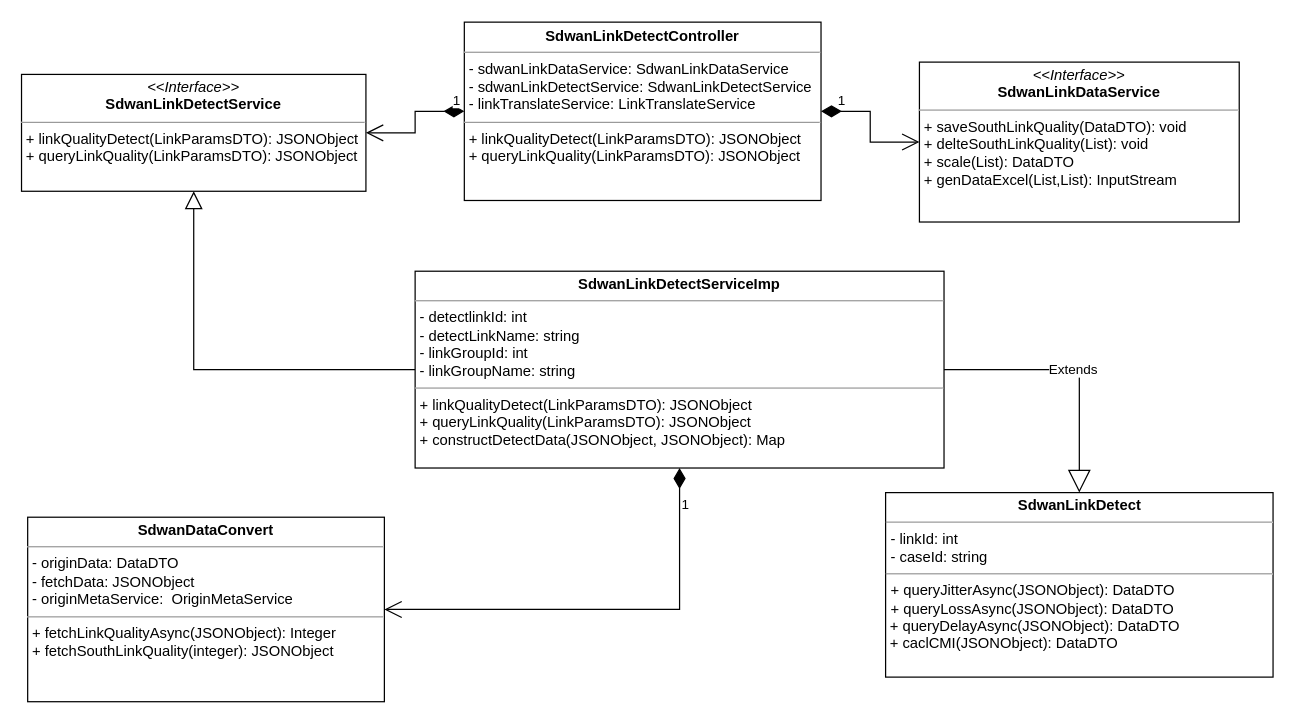
Above: 链路探测类设计.drawio in TSUHA0/draw.io (draw.io), before the change. Source tidied: cells renumbered, new cells numbered last; positions are measured from the earlier drawing's top-left corner, leaving out a move shared by most shapes. Both pictures are drawn from the tidied source at 123%, with x=0, y=0 at pixel (21, 22).
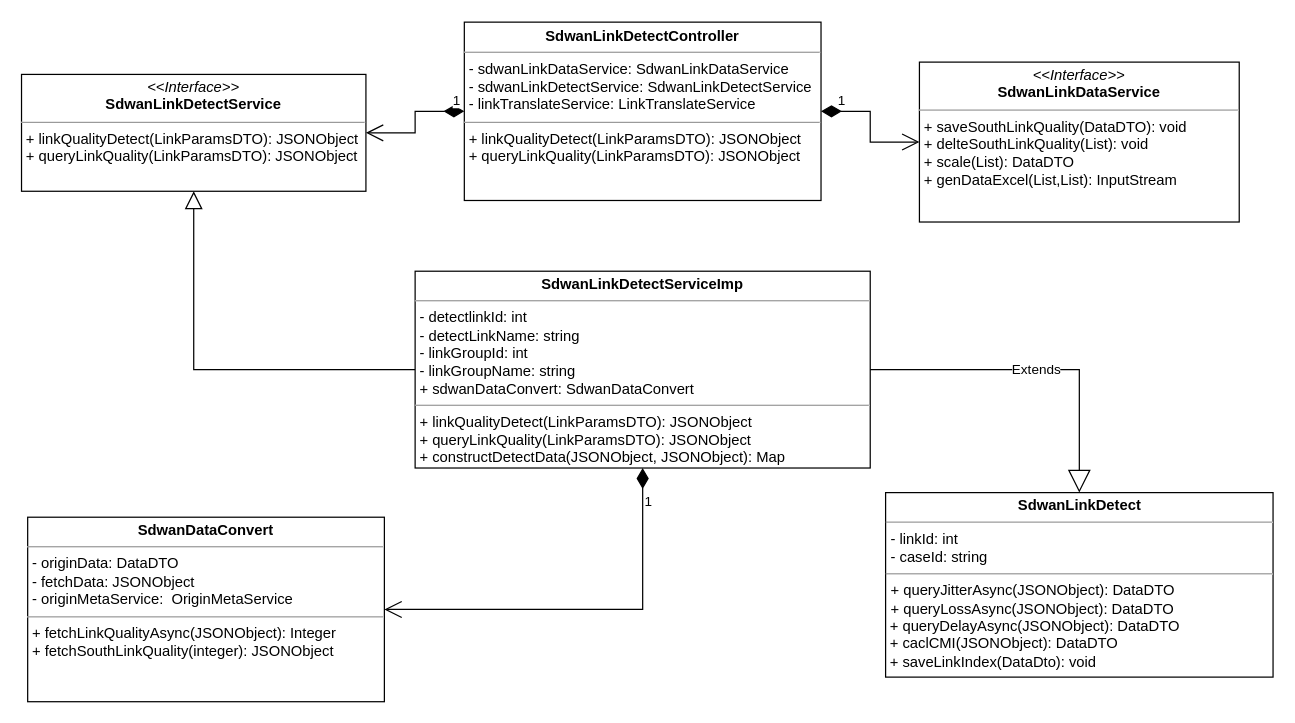
The same diagram, later.

Commit message:
更新链路探测类设计.drawio

Diff of the diagram source:
```diff
@@
 <mxGraphModel>
   <root>
     <mxCell id="0" />
     <mxCell id="1" parent="0" />
     <mxCell id="2" style="edgeStyle=orthogonalEdgeStyle;rounded=0;jettySize=auto;html=1;entryX=0.5;entryY=1;entryDx=0;entryDy=0;exitX=0;exitY=0.5;exitDx=0;exitDy=0;endArrow=block;endFill=0;endSize=12;" parent="1" edge="1" source="3" target="4">
       <mxGeometry relative="1" as="geometry" />
     </mxCell>
-    <mxCell id="3" value="&lt;p style=&quot;margin:0px;margin-top:4px;text-align:center;&quot;&gt;&lt;b&gt;SdwanLinkDetectServiceImp&lt;/b&gt;&lt;br&gt;&lt;/p&gt;&lt;hr size=&quot;1&quot;&gt;&lt;p style=&quot;margin:0px;margin-left:4px;&quot;&gt;-&amp;nbsp;detectlinkId:&amp;nbsp;int&lt;/p&gt;&lt;p style=&quot;margin:0px;margin-left:4px;&quot;&gt;-&amp;nbsp;detectLinkName: string&lt;br&gt;&lt;/p&gt;&lt;p style=&quot;margin:0px;margin-left:4px;&quot;&gt;-&amp;nbsp;linkGroupId: int&lt;/p&gt;&lt;p style=&quot;margin:0px;margin-left:4px;&quot;&gt;-&amp;nbsp;linkGroupName: string&lt;/p&gt;&lt;hr size=&quot;1&quot;&gt;&lt;p style=&quot;margin: 0px 0px 0px 4px;&quot;&gt;&lt;/p&gt;&lt;p style=&quot;margin: 0px 0px 0px 4px;&quot;&gt;+&amp;nbsp;linkQualityDetect(LinkParamsDTO): JSONObject&lt;br style=&quot;padding: 0px; margin: 0px;&quot;&gt;+&amp;nbsp;queryLinkQuality(LinkParamsDTO):&amp;nbsp;JSONObject&lt;br&gt;&lt;/p&gt;&lt;p style=&quot;margin: 0px 0px 0px 4px;&quot;&gt;+ constructDetectData(JSONObject, JSONObject): Map&lt;/p&gt;&lt;p style=&quot;margin: 0px 0px 0px 4px;&quot;&gt;&lt;br&gt;&lt;/p&gt;" style="verticalAlign=top;align=left;overflow=fill;fontSize=12;fontFamily=Helvetica;html=1;" parent="1" vertex="1">
-      <mxGeometry x="320" y="202" width="430" height="160" as="geometry" />
+    <mxCell id="3" value="&lt;p style=&quot;margin:0px;margin-top:4px;text-align:center;&quot;&gt;&lt;b&gt;SdwanLinkDetectServiceImp&lt;/b&gt;&lt;br&gt;&lt;/p&gt;&lt;hr size=&quot;1&quot;&gt;&lt;p style=&quot;margin:0px;margin-left:4px;&quot;&gt;-&amp;nbsp;detectlinkId:&amp;nbsp;int&lt;/p&gt;&lt;p style=&quot;margin:0px;margin-left:4px;&quot;&gt;-&amp;nbsp;detectLinkName: string&lt;br&gt;&lt;/p&gt;&lt;p style=&quot;margin:0px;margin-left:4px;&quot;&gt;-&amp;nbsp;linkGroupId: int&lt;/p&gt;&lt;p style=&quot;margin:0px;margin-left:4px;&quot;&gt;-&amp;nbsp;linkGroupName: string&lt;/p&gt;&lt;p style=&quot;margin:0px;margin-left:4px;&quot;&gt;+&amp;nbsp;sdwanDataConvert:&amp;nbsp;SdwanDataConvert&lt;/p&gt;&lt;hr size=&quot;1&quot;&gt;&lt;p style=&quot;margin: 0px 0px 0px 4px;&quot;&gt;&lt;/p&gt;&lt;p style=&quot;margin: 0px 0px 0px 4px;&quot;&gt;+&amp;nbsp;linkQualityDetect(LinkParamsDTO): JSONObject&lt;br style=&quot;padding: 0px; margin: 0px;&quot;&gt;+&amp;nbsp;queryLinkQuality(LinkParamsDTO):&amp;nbsp;JSONObject&lt;br&gt;&lt;/p&gt;&lt;p style=&quot;margin: 0px 0px 0px 4px;&quot;&gt;+ constructDetectData(JSONObject, JSONObject): Map&lt;/p&gt;&lt;p style=&quot;margin: 0px 0px 0px 4px;&quot;&gt;&lt;br&gt;&lt;/p&gt;" style="verticalAlign=top;align=left;overflow=fill;fontSize=12;fontFamily=Helvetica;html=1;" parent="1" vertex="1">
+      <mxGeometry x="320" y="202" width="370" height="160" as="geometry" />
     </mxCell>
     <mxCell id="4" value="&lt;p style=&quot;margin:0px;margin-top:4px;text-align:center;&quot;&gt;&lt;i&gt;&amp;lt;&amp;lt;Interface&amp;gt;&amp;gt;&lt;/i&gt;&lt;br&gt;&lt;span style=&quot;background-color: initial;&quot;&gt;&lt;b&gt;SdwanLinkDetectS&lt;/b&gt;&lt;/span&gt;&lt;b style=&quot;background-color: initial;&quot;&gt;ervice&lt;/b&gt;&lt;/p&gt;&lt;hr size=&quot;1&quot;&gt;&lt;p style=&quot;margin: 0px 0px 0px 4px;&quot;&gt;+&amp;nbsp;linkQualityDetect(LinkParamsDTO): JSONObject&lt;br style=&quot;padding: 0px; margin: 0px;&quot;&gt;+&amp;nbsp;queryLinkQuality(LinkParamsDTO):&amp;nbsp;JSONObject&lt;br&gt;&lt;/p&gt;&lt;p style=&quot;margin:0px;margin-left:4px;&quot;&gt;&lt;/p&gt;" style="verticalAlign=top;align=left;overflow=fill;fontSize=12;fontFamily=Helvetica;html=1;" parent="1" vertex="1">
       <mxGeometry y="42" width="280" height="95" as="geometry" />
     </mxCell>
     <mxCell id="5" value="&lt;p style=&quot;margin:0px;margin-top:4px;text-align:center;&quot;&gt;&lt;span style=&quot;background-color: initial;&quot;&gt;&lt;b&gt;SdwanLinkDetect&lt;/b&gt;&lt;/span&gt;&lt;b style=&quot;background-color: initial;&quot;&gt;Controller&lt;/b&gt;&lt;/p&gt;&lt;hr size=&quot;1&quot;&gt;&lt;p style=&quot;margin: 0px 0px 0px 4px;&quot;&gt;-&amp;nbsp;sdwanLinkDataService:&amp;nbsp;SdwanLinkDataService&lt;/p&gt;&lt;p style=&quot;margin: 0px 0px 0px 4px;&quot;&gt;-&amp;nbsp;sdwanLinkDetectService: SdwanLinkDetectService&lt;/p&gt;&lt;p style=&quot;margin: 0px 0px 0px 4px;&quot;&gt;- linkTranslateService: LinkTranslateService&lt;br&gt;&lt;/p&gt;&lt;hr size=&quot;1&quot;&gt;&lt;p style=&quot;margin: 0px 0px 0px 4px;&quot;&gt;&lt;/p&gt;&lt;p style=&quot;margin: 0px 0px 0px 4px;&quot;&gt;+&amp;nbsp;linkQualityDetect(LinkParamsDTO): JSONObject&lt;br style=&quot;padding: 0px; margin: 0px;&quot;&gt;+&amp;nbsp;queryLinkQuality(LinkParamsDTO):&amp;nbsp;JSONObject&lt;br&gt;&lt;/p&gt;" style="verticalAlign=top;align=left;overflow=fill;fontSize=12;fontFamily=Helvetica;html=1;" parent="1" vertex="1">
       <mxGeometry x="360" y="-0.5" width="290" height="145" as="geometry" />
     </mxCell>
     <mxCell id="6" value="&lt;p style=&quot;margin:0px;margin-top:4px;text-align:center;&quot;&gt;&lt;span style=&quot;background-color: initial;&quot;&gt;&lt;b&gt;SdwanData&lt;/b&gt;&lt;/span&gt;&lt;b style=&quot;background-color: initial;&quot;&gt;Convert&lt;/b&gt;&lt;/p&gt;&lt;hr size=&quot;1&quot;&gt;&lt;p style=&quot;margin: 0px 0px 0px 4px;&quot;&gt;- originData: DataDTO&lt;/p&gt;&lt;p style=&quot;margin: 0px 0px 0px 4px;&quot;&gt;- fetchData: JSONObject&lt;/p&gt;&lt;p style=&quot;margin: 0px 0px 0px 4px;&quot;&gt;- originMetaService:&amp;nbsp; OriginMetaService&lt;/p&gt;&lt;hr size=&quot;1&quot;&gt;&lt;p style=&quot;margin: 0px 0px 0px 4px;&quot;&gt;&lt;/p&gt;&lt;p style=&quot;margin: 0px 0px 0px 4px;&quot;&gt;+&amp;nbsp;&lt;span style=&quot;background-color: initial;&quot;&gt;fetchLinkQuality&lt;/span&gt;&lt;span style=&quot;background-color: initial;&quot;&gt;Async&lt;/span&gt;&lt;span style=&quot;background-color: initial;&quot;&gt;(JSONObject): Integer&lt;/span&gt;&lt;/p&gt;&lt;p style=&quot;margin: 0px 0px 0px 4px;&quot;&gt;+&amp;nbsp;&lt;span style=&quot;text-align: center;&quot;&gt;fetchSouthLink&lt;/span&gt;&lt;span style=&quot;text-align: center;&quot;&gt;Quality&lt;/span&gt;(integer): JSONObject&lt;br&gt;&lt;/p&gt;" style="verticalAlign=top;align=left;overflow=fill;fontSize=12;fontFamily=Helvetica;html=1;" parent="1" vertex="1">
       <mxGeometry x="5" y="402" width="290" height="150" as="geometry" />
     </mxCell>
     <mxCell id="7" value="1" style="endArrow=open;html=1;endSize=12;startArrow=diamondThin;startSize=14;startFill=1;edgeStyle=orthogonalEdgeStyle;align=left;verticalAlign=bottom;rounded=0;exitX=0;exitY=0.5;exitDx=0;exitDy=0;" parent="1" edge="1" source="5" target="4">
       <mxGeometry x="-0.78" relative="1" as="geometry" />
     </mxCell>
     <mxCell id="8" value="&lt;p style=&quot;margin:0px;margin-top:4px;text-align:center;&quot;&gt;&lt;i&gt;&amp;lt;&amp;lt;Interface&amp;gt;&amp;gt;&lt;/i&gt;&lt;br&gt;&lt;span style=&quot;background-color: initial;&quot;&gt;&lt;b&gt;SdwanLinkDataS&lt;/b&gt;&lt;/span&gt;&lt;b style=&quot;background-color: initial;&quot;&gt;ervice&lt;/b&gt;&lt;/p&gt;&lt;hr size=&quot;1&quot;&gt;&lt;p style=&quot;margin: 0px 0px 0px 4px;&quot;&gt;+ save&lt;span style=&quot;background-color: initial;&quot;&gt;SouthLink&lt;/span&gt;&lt;span style=&quot;background-color: initial;&quot;&gt;Quality&lt;/span&gt;(DataDTO):&amp;nbsp;void&lt;br style=&quot;padding: 0px; margin: 0px;&quot;&gt;+&amp;nbsp;delte&lt;span style=&quot;background-color: initial;&quot;&gt;SouthLink&lt;/span&gt;&lt;span style=&quot;background-color: initial;&quot;&gt;Quality&lt;/span&gt;(List):&amp;nbsp;void&lt;br&gt;&lt;/p&gt;&lt;p style=&quot;margin: 0px 0px 0px 4px;&quot;&gt;+&amp;nbsp;scale(List):&amp;nbsp;DataDTO&lt;/p&gt;&lt;p style=&quot;margin: 0px 0px 0px 4px;&quot;&gt;+&amp;nbsp;genDataExcel(List,List): InputStream&lt;/p&gt;&lt;p style=&quot;margin:0px;margin-left:4px;&quot;&gt;&lt;/p&gt;" style="verticalAlign=top;align=left;overflow=fill;fontSize=12;fontFamily=Helvetica;html=1;" parent="1" vertex="1">
       <mxGeometry x="730" y="32" width="260" height="130" as="geometry" />
     </mxCell>
     <mxCell id="9" value="1" style="endArrow=open;html=1;endSize=12;startArrow=diamondThin;startSize=14;startFill=1;edgeStyle=orthogonalEdgeStyle;align=left;verticalAlign=bottom;rounded=0;exitX=1;exitY=0.5;exitDx=0;exitDy=0;entryX=0;entryY=0.5;entryDx=0;entryDy=0;" parent="1" edge="1" source="5" target="8">
       <mxGeometry x="-0.78" relative="1" as="geometry" />
     </mxCell>
     <mxCell id="10" value="1" style="endArrow=open;html=1;endSize=12;startArrow=diamondThin;startSize=14;startFill=1;edgeStyle=orthogonalEdgeStyle;align=left;verticalAlign=bottom;rounded=0;exitX=0.5;exitY=1;exitDx=0;exitDy=0;entryX=1;entryY=0.5;entryDx=0;entryDy=0;" parent="1" edge="1" source="3" target="6">
       <mxGeometry x="-0.78" relative="1" as="geometry" />
     </mxCell>
-    <mxCell id="11" value="&lt;p style=&quot;margin:0px;margin-top:4px;text-align:center;&quot;&gt;&lt;b&gt;SdwanLinkDetect&lt;/b&gt;&lt;br&gt;&lt;/p&gt;&lt;hr size=&quot;1&quot;&gt;&lt;p style=&quot;margin: 0px 0px 0px 4px;&quot;&gt;-&amp;nbsp;linkId:&amp;nbsp;int&lt;/p&gt;&lt;p style=&quot;margin: 0px 0px 0px 4px;&quot;&gt;-&amp;nbsp;caseId: string&lt;br&gt;&lt;/p&gt;&lt;hr size=&quot;1&quot;&gt;&lt;p style=&quot;margin: 0px 0px 0px 4px;&quot;&gt;&lt;/p&gt;&lt;p style=&quot;margin: 0px 0px 0px 4px;&quot;&gt;+ queryJitterAsync(JSONObject): DataDTO&lt;br style=&quot;padding: 0px; margin: 0px;&quot;&gt;+ queryLossAsync(JSONObject): DataDTO&lt;/p&gt;&amp;nbsp;+ queryDelayAsync(JSONObject): DataDTO&lt;br&gt;&amp;nbsp;+ caclCMI(JSONObject): DataDTO" style="verticalAlign=top;align=left;overflow=fill;fontSize=12;fontFamily=Helvetica;html=1;" parent="1" vertex="1">
+    <mxCell id="11" value="&lt;p style=&quot;margin:0px;margin-top:4px;text-align:center;&quot;&gt;&lt;b&gt;SdwanLinkDetect&lt;/b&gt;&lt;br&gt;&lt;/p&gt;&lt;hr size=&quot;1&quot;&gt;&lt;p style=&quot;margin: 0px 0px 0px 4px;&quot;&gt;-&amp;nbsp;linkId:&amp;nbsp;int&lt;/p&gt;&lt;p style=&quot;margin: 0px 0px 0px 4px;&quot;&gt;-&amp;nbsp;caseId: string&lt;br&gt;&lt;/p&gt;&lt;hr size=&quot;1&quot;&gt;&lt;p style=&quot;margin: 0px 0px 0px 4px;&quot;&gt;&lt;/p&gt;&lt;p style=&quot;margin: 0px 0px 0px 4px;&quot;&gt;+ queryJitterAsync(JSONObject): DataDTO&lt;br style=&quot;padding: 0px; margin: 0px;&quot;&gt;+ queryLossAsync(JSONObject): DataDTO&lt;/p&gt;&amp;nbsp;+ queryDelayAsync(JSONObject): DataDTO&lt;br&gt;&amp;nbsp;+ caclCMI(JSONObject): DataDTO&lt;br&gt;&amp;nbsp;+ saveLinkIndex(DataDto): void" style="verticalAlign=top;align=left;overflow=fill;fontSize=12;fontFamily=Helvetica;html=1;" parent="1" vertex="1">
       <mxGeometry x="702.5" y="382" width="315" height="150" as="geometry" />
     </mxCell>
     <mxCell id="12" value="Extends" style="endArrow=block;endSize=16;endFill=0;html=1;rounded=0;entryX=0.5;entryY=0;entryDx=0;entryDy=0;exitX=1;exitY=0.5;exitDx=0;exitDy=0;" parent="1" edge="1" source="3" target="11">
       <mxGeometry relative="1" as="geometry">
         <Array as="points">
           <mxPoint x="860" y="282" />
         </Array>
       </mxGeometry>
     </mxCell>
   </root>
 </mxGraphModel>
```
